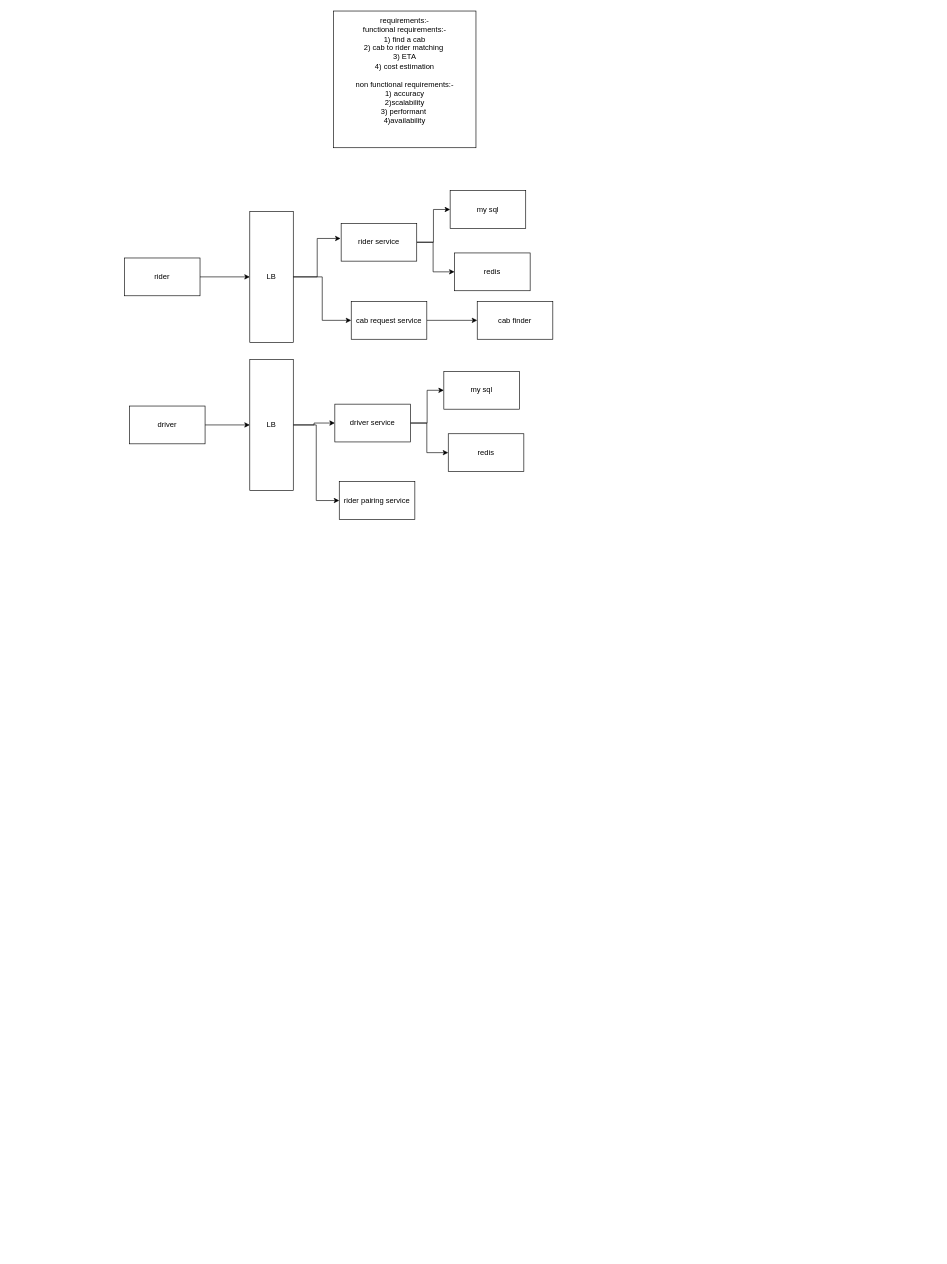
Above: page "Uber" (2 of 4) of youtubeHLDPractice.drawio in DMohanty99/HLD (draw.io), before the change. Source tidied: cells renumbered, new cells numbered last; positions are measured from the earlier drawing's top-left corner, leaving out a move shared by most shapes. Both pictures are drawn from the tidied source at 63%, with x=0, y=0 at pixel (124, 11).
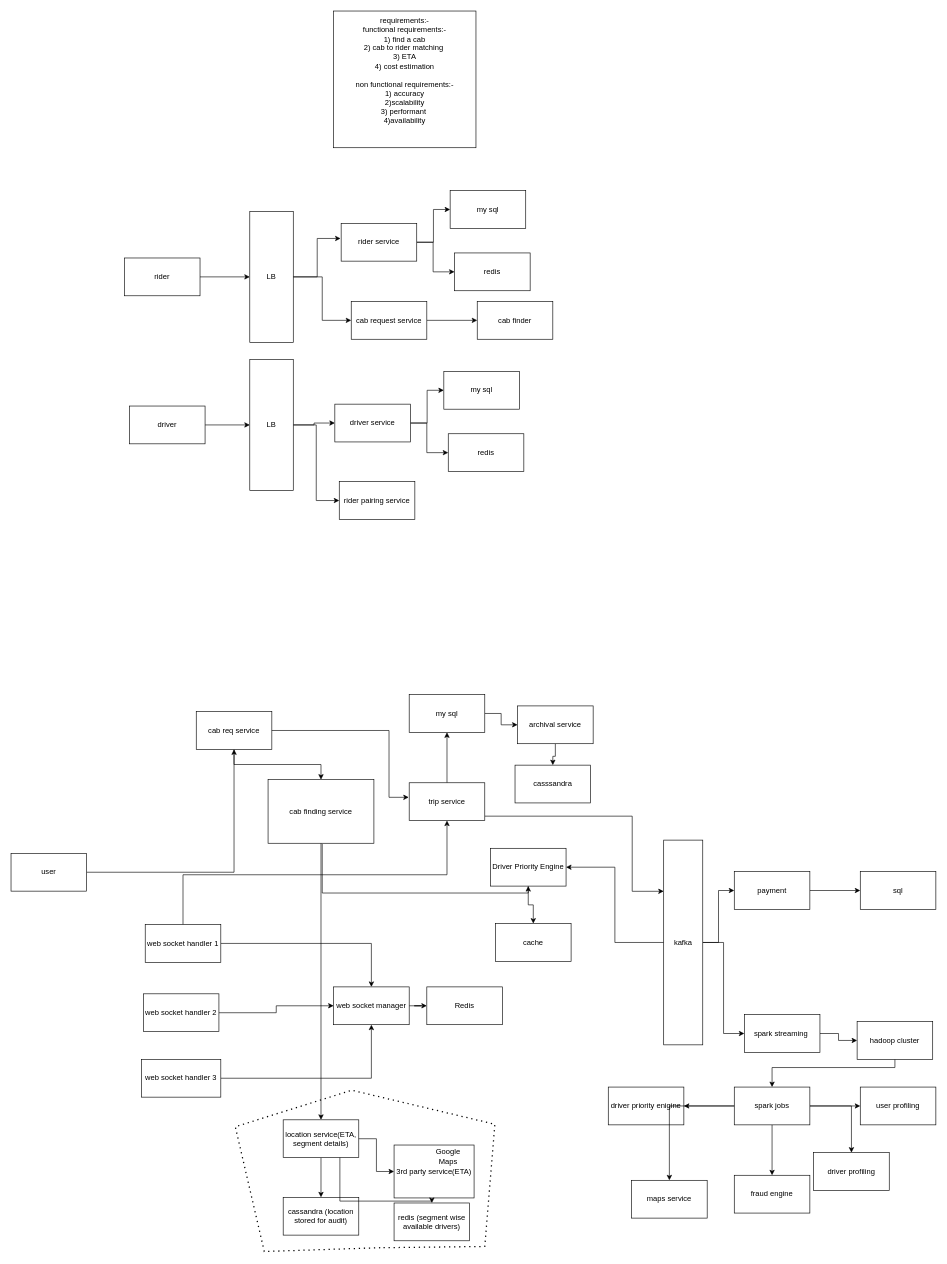
The same page after the edit.

Diff of the diagram source:
```diff
@@
+    <mxCell id="27" style="edgeStyle=orthogonalEdgeStyle;rounded=0;jettySize=auto;html=1;" parent="1" edge="1" source="29" target="42">
+      <mxGeometry relative="1" as="geometry" />
+    </mxCell>
+    <mxCell id="28" style="edgeStyle=orthogonalEdgeStyle;rounded=0;jettySize=auto;html=1;" parent="1" edge="1" target="49">
+      <mxGeometry relative="1" as="geometry">
+        <mxPoint x="314" y="1322" as="sourcePoint" />
+        <Array as="points">
+          <mxPoint x="314" y="1400" />
+        </Array>
+      </mxGeometry>
+    </mxCell>
+    <mxCell id="29" value="cab finding service" style="rounded=0;whiteSpace=wrap;html=1;" parent="1" vertex="1">
+      <mxGeometry x="228" y="1220" width="168" height="101" as="geometry" />
+    </mxCell>
+    <mxCell id="30" style="edgeStyle=orthogonalEdgeStyle;rounded=0;jettySize=auto;html=1;" parent="1" edge="1" source="31" target="78">
+      <mxGeometry relative="1" as="geometry" />
+    </mxCell>
+    <mxCell id="31" value="user" style="rounded=0;whiteSpace=wrap;html=1;" parent="1" vertex="1">
+      <mxGeometry x="-180" y="1337" width="120" height="60" as="geometry" />
+    </mxCell>
+    <mxCell id="32" style="edgeStyle=orthogonalEdgeStyle;rounded=0;jettySize=auto;html=1;" parent="1" edge="1" source="34" target="40">
+      <mxGeometry relative="1" as="geometry" />
+    </mxCell>
+    <mxCell id="33" style="edgeStyle=orthogonalEdgeStyle;rounded=0;jettySize=auto;html=1;" parent="1" edge="1" source="34" target="54">
+      <mxGeometry relative="1" as="geometry">
+        <Array as="points">
+          <mxPoint x="93" y="1371" />
+          <mxPoint x="512" y="1371" />
+        </Array>
+      </mxGeometry>
+    </mxCell>
+    <mxCell id="34" value="web socket handler 1" style="rounded=0;whiteSpace=wrap;html=1;" parent="1" vertex="1">
+      <mxGeometry x="33" y="1450" width="120" height="60" as="geometry" />
+    </mxCell>
+    <mxCell id="35" style="edgeStyle=orthogonalEdgeStyle;rounded=0;jettySize=auto;html=1;" parent="1" edge="1" source="36" target="40">
+      <mxGeometry relative="1" as="geometry" />
+    </mxCell>
+    <mxCell id="36" value="&lt;span style=&quot;color: rgb(0, 0, 0); font-family: Helvetica; font-size: 12px; font-style: normal; font-variant-ligatures: normal; font-variant-caps: normal; font-weight: 400; letter-spacing: normal; orphans: 2; text-align: center; text-indent: 0px; text-transform: none; widows: 2; word-spacing: 0px; -webkit-text-stroke-width: 0px; background-color: rgb(255, 255, 255); text-decoration-thickness: initial; text-decoration-style: initial; text-decoration-color: initial; float: none; display: inline !important;&quot;&gt;web socket handler 2&lt;/span&gt;" style="rounded=0;whiteSpace=wrap;html=1;" parent="1" vertex="1">
+      <mxGeometry x="30" y="1560" width="120" height="60" as="geometry" />
+    </mxCell>
+    <mxCell id="37" style="edgeStyle=orthogonalEdgeStyle;rounded=0;jettySize=auto;html=1;" parent="1" edge="1" source="38" target="40">
+      <mxGeometry relative="1" as="geometry" />
+    </mxCell>
+    <mxCell id="38" value="&lt;span style=&quot;color: rgb(0, 0, 0); font-family: Helvetica; font-size: 12px; font-style: normal; font-variant-ligatures: normal; font-variant-caps: normal; font-weight: 400; letter-spacing: normal; orphans: 2; text-align: center; text-indent: 0px; text-transform: none; widows: 2; word-spacing: 0px; -webkit-text-stroke-width: 0px; background-color: rgb(255, 255, 255); text-decoration-thickness: initial; text-decoration-style: initial; text-decoration-color: initial; float: none; display: inline !important;&quot;&gt;web socket handler 3&lt;/span&gt;" style="rounded=0;whiteSpace=wrap;html=1;" parent="1" vertex="1">
+      <mxGeometry x="27" y="1664" width="126" height="60" as="geometry" />
+    </mxCell>
+    <mxCell id="39" style="edgeStyle=orthogonalEdgeStyle;rounded=0;jettySize=auto;html=1;" parent="1" edge="1" source="40" target="79">
+      <mxGeometry relative="1" as="geometry" />
+    </mxCell>
+    <mxCell id="40" value="web socket manager" style="whiteSpace=wrap;html=1;rounded=0;" parent="1" vertex="1">
+      <mxGeometry x="332" y="1549" width="120" height="60" as="geometry" />
+    </mxCell>
+    <mxCell id="41" style="edgeStyle=orthogonalEdgeStyle;rounded=0;jettySize=auto;html=1;entryX=0.5;entryY=0;entryDx=0;entryDy=0;" parent="1" edge="1" source="42" target="43">
+      <mxGeometry relative="1" as="geometry" />
+    </mxCell>
+    <mxCell id="42" value="location service(ETA,&lt;br&gt;segment details)" style="rounded=0;whiteSpace=wrap;html=1;" parent="1" vertex="1">
+      <mxGeometry x="252" y="1760" width="120" height="60" as="geometry" />
+    </mxCell>
+    <mxCell id="43" value="cassandra (location stored for audit)" style="rounded=0;whiteSpace=wrap;html=1;" parent="1" vertex="1">
+      <mxGeometry x="252" y="1883" width="120" height="60" as="geometry" />
+    </mxCell>
+    <mxCell id="44" style="edgeStyle=orthogonalEdgeStyle;rounded=0;jettySize=auto;html=1;" parent="1" edge="1" source="42" target="45">
+      <mxGeometry relative="1" as="geometry" />
+    </mxCell>
+    <mxCell id="45" value="3rd party service(ETA)" style="whiteSpace=wrap;html=1;" parent="1" vertex="1">
+      <mxGeometry x="428" y="1800" width="127" height="84" as="geometry" />
+    </mxCell>
+    <mxCell id="46" style="endArrow=none;dashed=1;html=1;dashPattern=1 3;strokeWidth=2;rounded=0;" parent="1" edge="1">
+      <mxGeometry relative="1" as="geometry">
+        <mxPoint x="406" y="1963" as="sourcePoint" />
+        <mxPoint x="408" y="1963" as="targetPoint" />
+        <Array as="points">
+          <mxPoint x="222" y="1969" />
+          <mxPoint x="176" y="1771" />
+          <mxPoint x="361" y="1713" />
+          <mxPoint x="588" y="1767" />
+          <mxPoint x="572" y="1961" />
+        </Array>
+      </mxGeometry>
+    </mxCell>
+    <mxCell id="47" value="Google Maps" style="text;html=1;align=center;verticalAlign=middle;whiteSpace=wrap;rounded=0;" parent="1" vertex="1">
+      <mxGeometry x="484" y="1803" width="60" height="30" as="geometry" />
+    </mxCell>
+    <mxCell id="48" style="edgeStyle=orthogonalEdgeStyle;rounded=0;jettySize=auto;html=1;" parent="1" edge="1" source="49" target="76">
+      <mxGeometry relative="1" as="geometry" />
+    </mxCell>
+    <mxCell id="49" value="Driver Priority Engine" style="whiteSpace=wrap;html=1;rounded=0;" parent="1" vertex="1">
+      <mxGeometry x="581" y="1329" width="120" height="60" as="geometry" />
+    </mxCell>
+    <mxCell id="50" style="edgeStyle=orthogonalEdgeStyle;rounded=0;jettySize=auto;html=1;exitX=0.75;exitY=1;exitDx=0;exitDy=0;" parent="1" edge="1" source="42" target="51">
+      <mxGeometry relative="1" as="geometry">
+        <Array as="points">
+          <mxPoint x="342" y="1889" />
+          <mxPoint x="488" y="1889" />
+        </Array>
+      </mxGeometry>
+    </mxCell>
+    <mxCell id="51" value="redis (segment wise available drivers)" style="whiteSpace=wrap;html=1;rounded=0;" parent="1" vertex="1">
+      <mxGeometry x="428" y="1892" width="120" height="60" as="geometry" />
+    </mxCell>
+    <mxCell id="52" style="edgeStyle=orthogonalEdgeStyle;rounded=0;jettySize=auto;html=1;" parent="1" edge="1" source="54" target="56">
+      <mxGeometry relative="1" as="geometry" />
+    </mxCell>
+    <mxCell id="53" style="edgeStyle=orthogonalEdgeStyle;rounded=0;jettySize=auto;html=1;entryX=0;entryY=0.25;entryDx=0;entryDy=0;" parent="1" edge="1" source="54" target="63">
+      <mxGeometry relative="1" as="geometry">
+        <Array as="points">
+          <mxPoint x="806" y="1278" />
+          <mxPoint x="806" y="1397" />
+        </Array>
+      </mxGeometry>
+    </mxCell>
+    <mxCell id="54" value="trip service" style="whiteSpace=wrap;html=1;rounded=0;" parent="1" vertex="1">
+      <mxGeometry x="452" y="1225" width="120" height="60" as="geometry" />
+    </mxCell>
+    <mxCell id="55" style="edgeStyle=orthogonalEdgeStyle;rounded=0;jettySize=auto;html=1;" parent="1" edge="1" source="56" target="58">
+      <mxGeometry relative="1" as="geometry" />
+    </mxCell>
+    <mxCell id="56" value="my sql" style="whiteSpace=wrap;html=1;rounded=0;" parent="1" vertex="1">
+      <mxGeometry x="452" y="1085" width="120" height="60" as="geometry" />
+    </mxCell>
+    <mxCell id="57" style="edgeStyle=orthogonalEdgeStyle;rounded=0;jettySize=auto;html=1;" parent="1" edge="1" source="58" target="59">
+      <mxGeometry relative="1" as="geometry" />
+    </mxCell>
+    <mxCell id="58" value="archival service" style="whiteSpace=wrap;html=1;rounded=0;" parent="1" vertex="1">
+      <mxGeometry x="624" y="1103" width="120" height="60" as="geometry" />
+    </mxCell>
+    <mxCell id="59" value="casssandra" style="whiteSpace=wrap;html=1;rounded=0;" parent="1" vertex="1">
+      <mxGeometry x="620" y="1197" width="120" height="60" as="geometry" />
+    </mxCell>
+    <mxCell id="60" style="edgeStyle=orthogonalEdgeStyle;rounded=0;jettySize=auto;html=1;" parent="1" edge="1" source="63" target="65">
+      <mxGeometry relative="1" as="geometry" />
+    </mxCell>
+    <mxCell id="61" style="edgeStyle=orthogonalEdgeStyle;rounded=0;jettySize=auto;html=1;" parent="1" edge="1" source="63" target="68">
+      <mxGeometry relative="1" as="geometry" />
+    </mxCell>
+    <mxCell id="62" style="edgeStyle=orthogonalEdgeStyle;rounded=0;jettySize=auto;html=1;entryX=1;entryY=0.5;entryDx=0;entryDy=0;" parent="1" edge="1" source="63" target="49">
+      <mxGeometry relative="1" as="geometry" />
+    </mxCell>
+    <mxCell id="63" value="kafka" style="whiteSpace=wrap;html=1;rounded=0;" parent="1" vertex="1">
+      <mxGeometry x="856" y="1316" width="62" height="325" as="geometry" />
+    </mxCell>
+    <mxCell id="64" style="edgeStyle=orthogonalEdgeStyle;rounded=0;jettySize=auto;html=1;" parent="1" edge="1" source="65" target="66">
+      <mxGeometry relative="1" as="geometry" />
+    </mxCell>
+    <mxCell id="65" value="payment" style="whiteSpace=wrap;html=1;rounded=0;" parent="1" vertex="1">
+      <mxGeometry x="968" y="1366" width="120" height="60" as="geometry" />
+    </mxCell>
+    <mxCell id="66" value="sql" style="whiteSpace=wrap;html=1;rounded=0;" parent="1" vertex="1">
+      <mxGeometry x="1168" y="1366" width="120" height="60" as="geometry" />
+    </mxCell>
+    <mxCell id="67" style="edgeStyle=orthogonalEdgeStyle;rounded=0;jettySize=auto;html=1;" parent="1" edge="1" source="68" target="70">
+      <mxGeometry relative="1" as="geometry" />
+    </mxCell>
+    <mxCell id="68" value="spark streaming&amp;nbsp;" style="whiteSpace=wrap;html=1;rounded=0;" parent="1" vertex="1">
+      <mxGeometry x="984" y="1593" width="120" height="60" as="geometry" />
+    </mxCell>
+    <mxCell id="69" style="edgeStyle=orthogonalEdgeStyle;rounded=0;jettySize=auto;html=1;" parent="1" edge="1" source="70" target="75">
+      <mxGeometry relative="1" as="geometry">
+        <Array as="points">
+          <mxPoint x="1223" y="1677" />
+          <mxPoint x="1028" y="1677" />
+        </Array>
+      </mxGeometry>
+    </mxCell>
+    <mxCell id="70" value="hadoop cluster" style="whiteSpace=wrap;html=1;rounded=0;" parent="1" vertex="1">
+      <mxGeometry x="1163" y="1604" width="120" height="60" as="geometry" />
+    </mxCell>
+    <mxCell id="71" style="edgeStyle=orthogonalEdgeStyle;rounded=0;jettySize=auto;html=1;" parent="1" edge="1" source="75" target="80">
+      <mxGeometry relative="1" as="geometry" />
+    </mxCell>
+    <mxCell id="72" style="edgeStyle=orthogonalEdgeStyle;rounded=0;jettySize=auto;html=1;entryX=0.5;entryY=0;entryDx=0;entryDy=0;" parent="1" edge="1" source="75" target="81">
+      <mxGeometry relative="1" as="geometry" />
+    </mxCell>
+    <mxCell id="73" style="edgeStyle=orthogonalEdgeStyle;rounded=0;jettySize=auto;html=1;" parent="1" edge="1" source="75" target="82">
+      <mxGeometry relative="1" as="geometry" />
+    </mxCell>
+    <mxCell id="74" style="edgeStyle=orthogonalEdgeStyle;rounded=0;jettySize=auto;html=1;" parent="1" edge="1" source="75" target="83">
+      <mxGeometry relative="1" as="geometry" />
+    </mxCell>
+    <mxCell id="75" value="spark jobs" style="rounded=0;whiteSpace=wrap;html=1;" parent="1" vertex="1">
+      <mxGeometry x="968" y="1708" width="120" height="60" as="geometry" />
+    </mxCell>
+    <mxCell id="76" value="cache" style="whiteSpace=wrap;html=1;rounded=0;" parent="1" vertex="1">
+      <mxGeometry x="589" y="1448.5" width="120" height="60" as="geometry" />
+    </mxCell>
+    <mxCell id="77" style="edgeStyle=orthogonalEdgeStyle;rounded=0;jettySize=auto;html=1;" parent="1" edge="1" source="78" target="29">
+      <mxGeometry relative="1" as="geometry" />
+    </mxCell>
+    <mxCell id="78" value="cab req service" style="rounded=0;whiteSpace=wrap;html=1;" parent="1" vertex="1">
+      <mxGeometry x="114" y="1112" width="120" height="60" as="geometry" />
+    </mxCell>
+    <mxCell id="79" value="Redis" style="whiteSpace=wrap;html=1;rounded=0;" parent="1" vertex="1">
+      <mxGeometry x="480" y="1549" width="120" height="60" as="geometry" />
+    </mxCell>
+    <mxCell id="80" value="user profiling" style="whiteSpace=wrap;html=1;rounded=0;" parent="1" vertex="1">
+      <mxGeometry x="1168" y="1708" width="120" height="60" as="geometry" />
+    </mxCell>
+    <mxCell id="81" value="driver profiling" style="rounded=0;whiteSpace=wrap;html=1;" parent="1" vertex="1">
+      <mxGeometry x="1094" y="1812" width="120" height="60" as="geometry" />
+    </mxCell>
+    <mxCell id="82" value="fraud engine" style="whiteSpace=wrap;html=1;rounded=0;" parent="1" vertex="1">
+      <mxGeometry x="968" y="1848" width="120" height="60" as="geometry" />
+    </mxCell>
+    <mxCell id="83" value="driver priority enigine" style="whiteSpace=wrap;html=1;rounded=0;" parent="1" vertex="1">
+      <mxGeometry x="768" y="1708" width="120" height="60" as="geometry" />
+    </mxCell>
+    <mxCell id="84" style="edgeStyle=orthogonalEdgeStyle;rounded=0;jettySize=auto;html=1;" parent="1" edge="1" source="75" target="85">
+      <mxGeometry relative="1" as="geometry" />
+    </mxCell>
+    <mxCell id="85" value="maps service" style="whiteSpace=wrap;html=1;" parent="1" vertex="1">
+      <mxGeometry x="805" y="1856" width="120" height="60" as="geometry" />
+    </mxCell>
+    <mxCell id="86" style="edgeStyle=orthogonalEdgeStyle;rounded=0;jettySize=auto;html=1;entryX=-0.006;entryY=0.385;entryDx=0;entryDy=0;entryPerimeter=0;" parent="1" edge="1" source="78" target="54">
+      <mxGeometry relative="1" as="geometry">
+        <Array as="points">
+          <mxPoint x="420" y="1142" />
+          <mxPoint x="420" y="1248" />
+        </Array>
+      </mxGeometry>
+    </mxCell>
```
